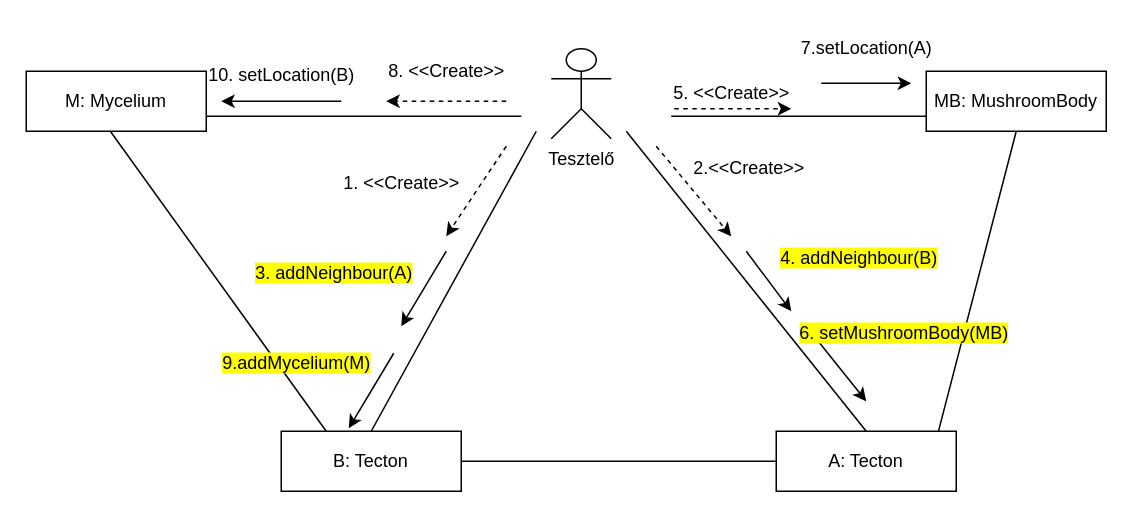
koharzsombor/bandITs keeps this draw.io diagram as page "MGrowAlready1MKomm" (11 of 14) of 5_szkeleton_terv/BJ Mycelium & MushroomBody Komm&Seq .drawio. Above is the earlier version. Source tidied: cells renumbered, new cells numbered last; positions are measured from the earlier drawing's top-left corner, leaving out a move shared by most shapes. Both pictures are drawn from the tidied source at 150%, with x=0, y=0 at pixel (26, 26).
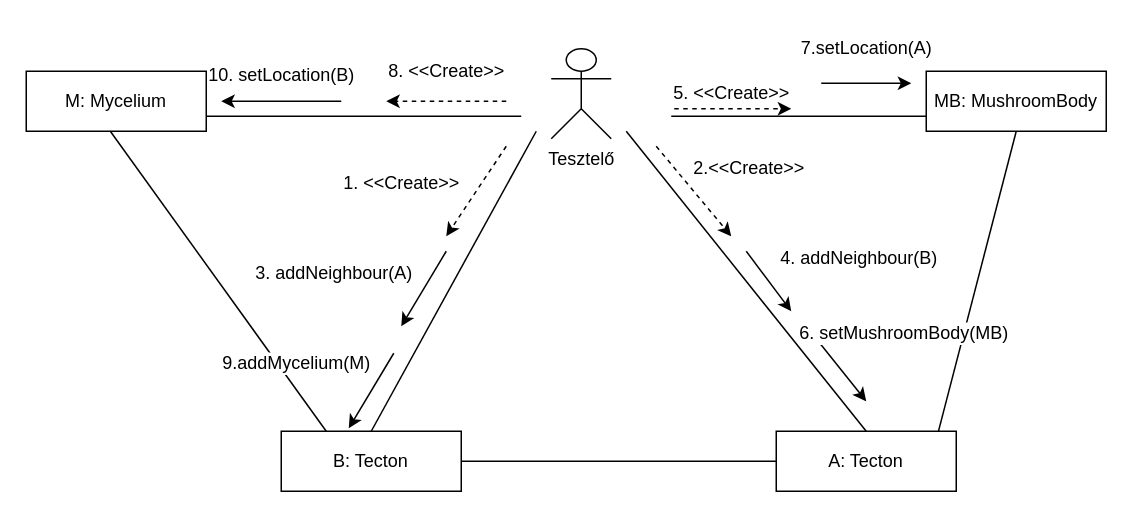
The same diagram, later.

What changed in the source:
```diff
@@
-    <mxCell id="12" value="&lt;span style=&quot;background-color: light-dark(rgb(255, 255, 0), rgb(31, 31, 0));&quot;&gt;3. addNeighbour(A)&lt;/span&gt;" style="text;html=1;align=center;verticalAlign=middle;strokeColor=none;fillColor=none;" parent="1" vertex="1">
+    <mxCell id="12" value="&lt;span style=&quot;&quot;&gt;3. addNeighbour(A)&lt;/span&gt;" style="text;html=1;align=center;verticalAlign=middle;strokeColor=none;fillColor=none;labelBackgroundColor=default;" parent="1" vertex="1">
       <mxGeometry x="140" y="150" width="130" height="30" as="geometry" />
     </mxCell>
@@
-    <mxCell id="16" value="&lt;span style=&quot;background-color: light-dark(rgb(255, 255, 0), rgb(237, 237, 237));&quot;&gt;4. addNeighbour(B)&lt;/span&gt;" style="text;html=1;align=center;verticalAlign=middle;strokeColor=none;fillColor=none;" parent="1" vertex="1">
+    <mxCell id="16" value="&lt;span style=&quot;&quot;&gt;4. addNeighbour(B)&lt;/span&gt;" style="text;html=1;align=center;verticalAlign=middle;strokeColor=none;fillColor=none;labelBackgroundColor=default;" parent="1" vertex="1">
       <mxGeometry x="490" y="140" width="130" height="30" as="geometry" />
     </mxCell>
@@
-    <mxCell id="21" value="&lt;span style=&quot;background-color: light-dark(rgb(255, 255, 0), rgb(237, 237, 237));&quot;&gt;6. set&lt;/span&gt;&lt;span style=&quot;background-color: light-dark(rgb(255, 255, 0), rgb(237, 237, 237)); color: light-dark(rgb(0, 0, 0), rgb(255, 255, 255));&quot;&gt;MushroomBody(MB)&lt;/span&gt;" style="text;html=1;align=center;verticalAlign=middle;strokeColor=none;fillColor=none;" parent="1" vertex="1">
+    <mxCell id="21" value="&lt;span style=&quot;&quot;&gt;6. set&lt;/span&gt;&lt;span style=&quot;color: light-dark(rgb(0, 0, 0), rgb(255, 255, 255));&quot;&gt;MushroomBody(MB)&lt;/span&gt;" style="text;html=1;align=center;verticalAlign=middle;strokeColor=none;fillColor=none;labelBackgroundColor=default;" parent="1" vertex="1">
       <mxGeometry x="505" y="190" width="160" height="30" as="geometry" />
     </mxCell>
@@
-    <mxCell id="31" value="&lt;span style=&quot;background-color: light-dark(rgb(255, 255, 0), rgb(237, 237, 237)); color: light-dark(rgb(0, 0, 0), rgb(255, 255, 255));&quot;&gt;9.addMycelium(M)&lt;/span&gt;" style="text;html=1;align=center;verticalAlign=middle;strokeColor=none;fillColor=none;" parent="1" vertex="1">
+    <mxCell id="31" value="&lt;span style=&quot;color: light-dark(rgb(0, 0, 0), rgb(255, 255, 255));&quot;&gt;9.addMycelium(M)&lt;/span&gt;" style="text;html=1;align=center;verticalAlign=middle;strokeColor=none;fillColor=none;labelBackgroundColor=default;" parent="1" vertex="1">
       <mxGeometry x="120" y="210" width="120" height="30" as="geometry" />
     </mxCell>
```
